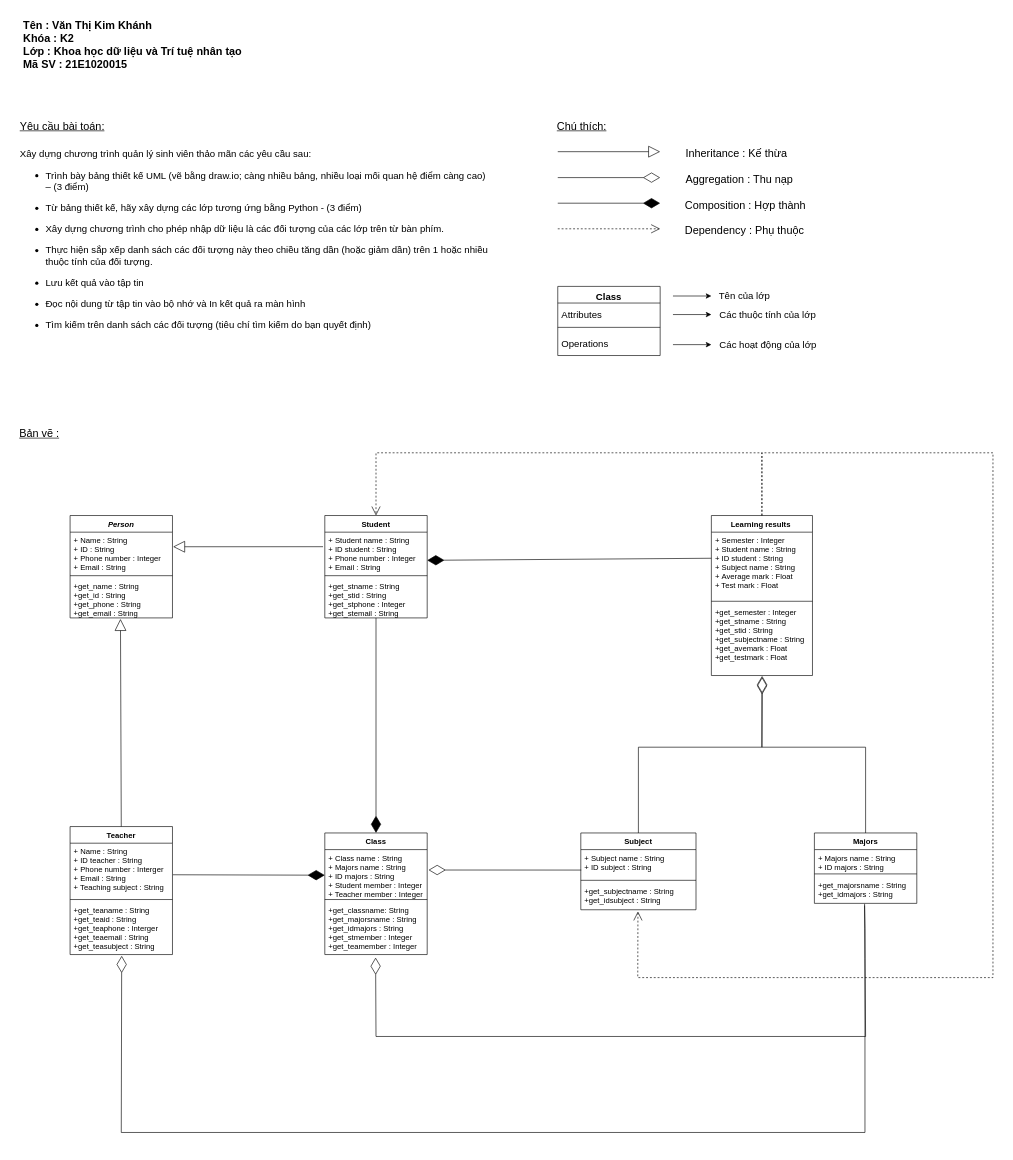
Above: Bản vẽ thiết kế UML đồ án Python.drawio in VanThiKimKhanh/Van_Thi_Kim_Khanh_K2_KHDLTTNT_NNLT_PYTHON (draw.io), before the change. Source tidied: cells renumbered, new cells numbered last; positions are measured from the earlier drawing's top-left corner, leaving out a move shared by most shapes. Both pictures are drawn from the tidied source at 64%, with x=0, y=0 at pixel (11, 11).
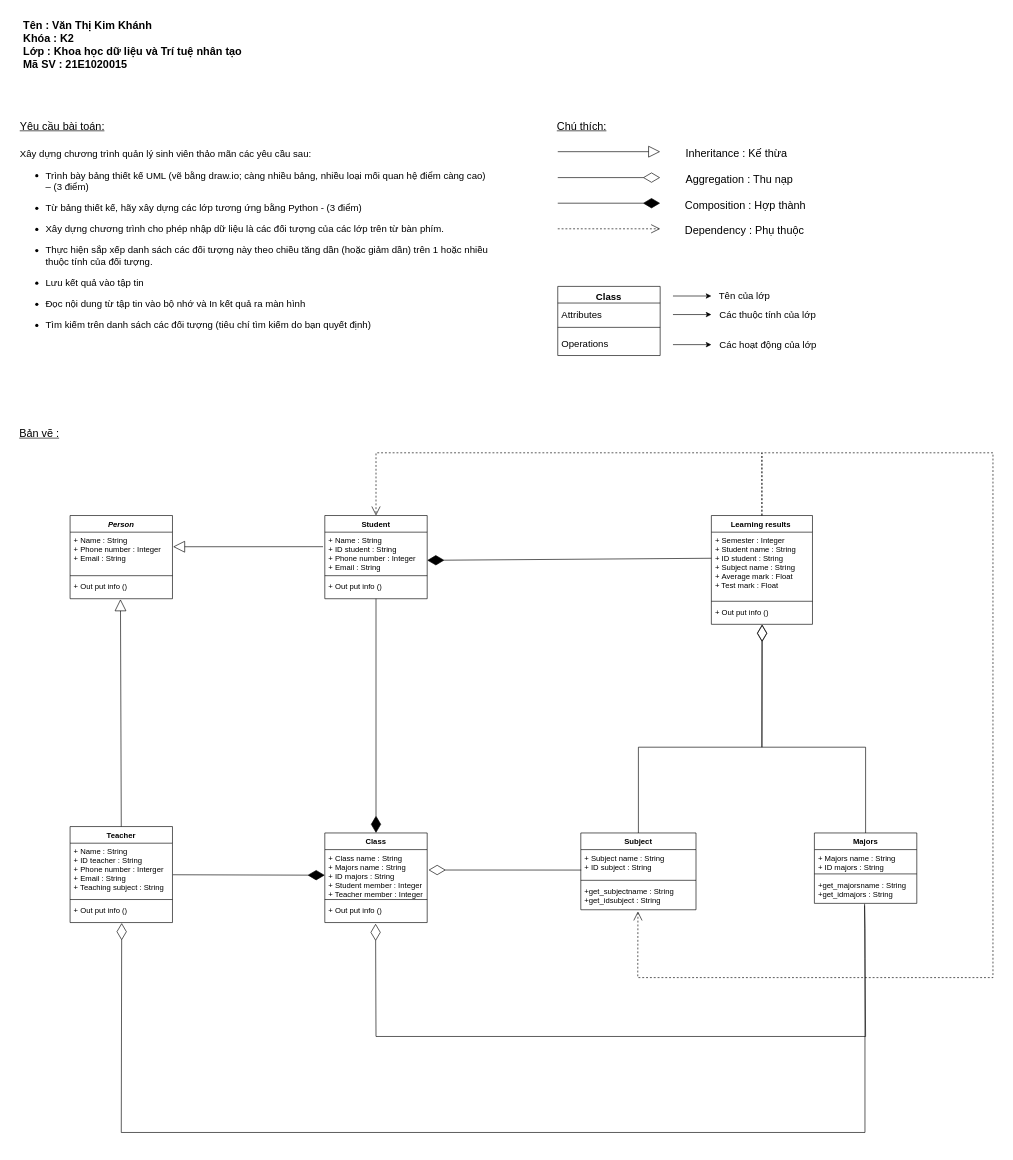
The same diagram, later.

What changed in the source:
```diff
@@
     <mxCell id="23" value="Person" style="swimlane;fontStyle=3;align=center;verticalAlign=top;horizontal=1;startSize=26;" parent="1" vertex="1">
-      <mxGeometry x="92" y="788" width="160" height="160" as="geometry" />
+      <mxGeometry x="92" y="788" width="160" height="130" as="geometry" />
     </mxCell>
-    <mxCell id="24" value="+ Name : String&#10;+ ID : String&#10;+ Phone number : Integer&#10;+ Email : String" style="text;strokeColor=none;fillColor=none;align=left;verticalAlign=top;spacingLeft=4;spacingRight=4;overflow=hidden;points=[[0,0.5],[1,0.5]];portConstraint=eastwest;" parent="23" vertex="1">
+    <mxCell id="24" value="+ Name : String&#10;+ Phone number : Integer&#10;+ Email : String" style="text;strokeColor=none;fillColor=none;align=left;verticalAlign=top;spacingLeft=4;spacingRight=4;overflow=hidden;points=[[0,0.5],[1,0.5]];portConstraint=eastwest;" parent="23" vertex="1">
       <mxGeometry y="26" width="160" height="64" as="geometry" />
     </mxCell>
@@
-    <mxCell id="26" value="+get_name : String&#10;+get_id : String&#10;+get_phone : String&#10;+get_email : String" style="text;strokeColor=none;fillColor=none;align=left;verticalAlign=top;spacingLeft=4;spacingRight=4;overflow=hidden;points=[[0,0.5],[1,0.5]];portConstraint=eastwest;" parent="23" vertex="1">
-      <mxGeometry y="98" width="160" height="62" as="geometry" />
+    <mxCell id="26" value="+ Out put info ()" style="text;strokeColor=none;fillColor=none;align=left;verticalAlign=top;spacingLeft=4;spacingRight=4;overflow=hidden;points=[[0,0.5],[1,0.5]];portConstraint=eastwest;" parent="23" vertex="1">
+      <mxGeometry y="98" width="160" height="32" as="geometry" />
     </mxCell>
@@
     <mxCell id="35" value="Teacher" style="swimlane;fontStyle=1;align=center;verticalAlign=top;horizontal=1;startSize=26;" parent="1" vertex="1">
-      <mxGeometry x="92" y="1274" width="160" height="200" as="geometry" />
+      <mxGeometry x="92" y="1274" width="160" height="150" as="geometry" />
     </mxCell>
@@
-    <mxCell id="38" value="+get_teaname : String&#10;+get_teaid : String&#10;+get_teaphone : Interger&#10;+get_teaemail : String&#10;+get_teasubject : String" style="text;strokeColor=none;fillColor=none;align=left;verticalAlign=top;spacingLeft=4;spacingRight=4;overflow=hidden;points=[[0,0.5],[1,0.5]];portConstraint=eastwest;" parent="35" vertex="1">
-      <mxGeometry y="118" width="160" height="82" as="geometry" />
+    <mxCell id="38" value="+ Out put info ()" style="text;strokeColor=none;fillColor=none;align=left;verticalAlign=top;spacingLeft=4;spacingRight=4;overflow=hidden;points=[[0,0.5],[1,0.5]];portConstraint=eastwest;" parent="35" vertex="1">
+      <mxGeometry y="118" width="160" height="32" as="geometry" />
     </mxCell>
     <mxCell id="39" value="Student" style="swimlane;fontStyle=1;align=center;verticalAlign=top;horizontal=1;startSize=26;" parent="1" vertex="1">
-      <mxGeometry x="490" y="788" width="160" height="160" as="geometry" />
+      <mxGeometry x="490" y="788" width="160" height="130" as="geometry" />
     </mxCell>
-    <mxCell id="40" value="+ Student name : String&#10;+ ID student : String&#10;+ Phone number : Integer&#10;+ Email : String" style="text;strokeColor=none;fillColor=none;align=left;verticalAlign=top;spacingLeft=4;spacingRight=4;overflow=hidden;points=[[0,0.5],[1,0.5]];portConstraint=eastwest;" parent="39" vertex="1">
+    <mxCell id="40" value="+ Name : String&#10;+ ID student : String&#10;+ Phone number : Integer&#10;+ Email : String" style="text;strokeColor=none;fillColor=none;align=left;verticalAlign=top;spacingLeft=4;spacingRight=4;overflow=hidden;points=[[0,0.5],[1,0.5]];portConstraint=eastwest;" parent="39" vertex="1">
       <mxGeometry y="26" width="160" height="64" as="geometry" />
     </mxCell>
@@
-    <mxCell id="42" value="+get_stname : String&#10;+get_stid : String&#10;+get_stphone : Integer&#10;+get_stemail : String &#10;" style="text;strokeColor=none;fillColor=none;align=left;verticalAlign=top;spacingLeft=4;spacingRight=4;overflow=hidden;points=[[0,0.5],[1,0.5]];portConstraint=eastwest;" parent="39" vertex="1">
-      <mxGeometry y="98" width="160" height="62" as="geometry" />
+    <mxCell id="42" value="+ Out put info ()" style="text;strokeColor=none;fillColor=none;align=left;verticalAlign=top;spacingLeft=4;spacingRight=4;overflow=hidden;points=[[0,0.5],[1,0.5]];portConstraint=eastwest;" parent="39" vertex="1">
+      <mxGeometry y="98" width="160" height="32" as="geometry" />
     </mxCell>
     <mxCell id="43" value="Learning results " style="swimlane;fontStyle=1;align=center;verticalAlign=top;horizontal=1;startSize=26;" parent="1" vertex="1">
-      <mxGeometry x="1094" y="788" width="158" height="250" as="geometry" />
+      <mxGeometry x="1094" y="788" width="158" height="170" as="geometry" />
     </mxCell>
@@
-    <mxCell id="46" value="+get_semester : Integer&#10;+get_stname : String&#10;+get_stid : String&#10;+get_subjectname : String&#10;+get_avemark : Float&#10;+get_testmark : Float" style="text;strokeColor=none;fillColor=none;align=left;verticalAlign=top;spacingLeft=4;spacingRight=4;overflow=hidden;points=[[0,0.5],[1,0.5]];portConstraint=eastwest;" parent="43" vertex="1">
-      <mxGeometry y="138" width="158" height="112" as="geometry" />
+    <mxCell id="46" value="+ Out put info ()" style="text;strokeColor=none;fillColor=none;align=left;verticalAlign=top;spacingLeft=4;spacingRight=4;overflow=hidden;points=[[0,0.5],[1,0.5]];portConstraint=eastwest;" parent="43" vertex="1">
+      <mxGeometry y="138" width="158" height="32" as="geometry" />
     </mxCell>
@@
     <mxCell id="49" value="Class" style="swimlane;fontStyle=1;align=center;verticalAlign=top;horizontal=1;startSize=26;" parent="1" vertex="1">
-      <mxGeometry x="490" y="1284" width="160" height="190" as="geometry" />
+      <mxGeometry x="490" y="1284" width="160" height="140" as="geometry" />
     </mxCell>
@@
-    <mxCell id="52" value="+get_classname: String&#10;+get_majorsname : String&#10;+get_idmajors : String&#10;+get_stmember : Integer&#10;+get_teamember : Integer&#10;" style="text;strokeColor=none;fillColor=none;align=left;verticalAlign=top;spacingLeft=4;spacingRight=4;overflow=hidden;points=[[0,0.5],[1,0.5]];portConstraint=eastwest;" parent="49" vertex="1">
-      <mxGeometry y="108" width="160" height="82" as="geometry" />
+    <mxCell id="52" value="+ Out put info ()" style="text;strokeColor=none;fillColor=none;align=left;verticalAlign=top;spacingLeft=4;spacingRight=4;overflow=hidden;points=[[0,0.5],[1,0.5]];portConstraint=eastwest;" parent="49" vertex="1">
+      <mxGeometry y="108" width="160" height="32" as="geometry" />
     </mxCell>
```
